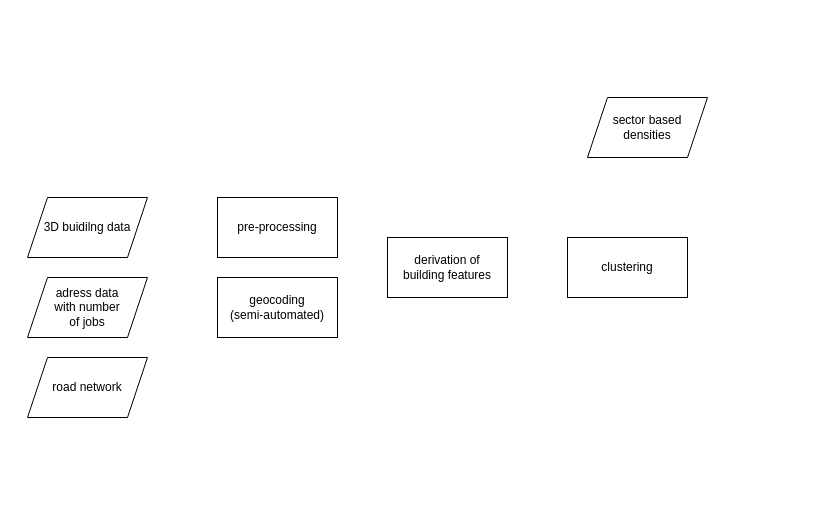
This is agile_001_flowchart.drawio from traveller195/draw_io, a draw.io file, before an edit. Source tidied: cells renumbered, new cells numbered last; positions are measured from the earlier drawing's top-left corner, leaving out a move shared by most shapes. Both pictures are drawn from the tidied source at 100%, with x=0, y=0 at pixel (27, 97).
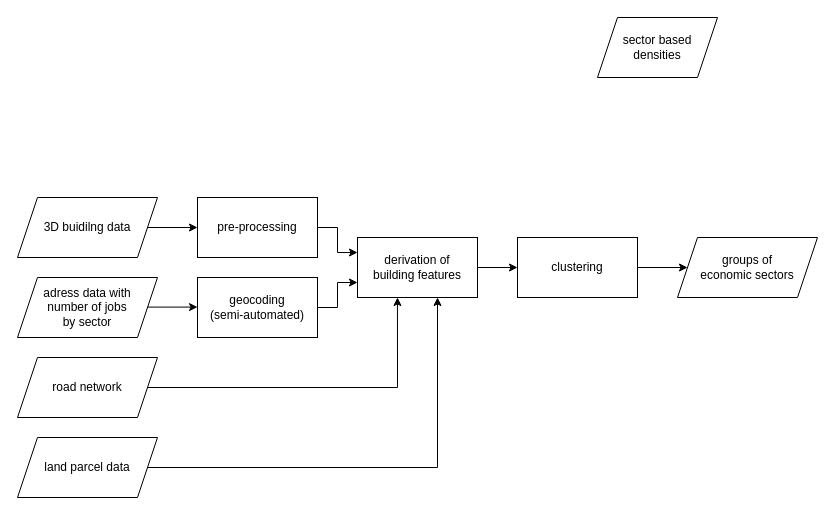
The same diagram, later.

The edit, as a diff of the source:
```diff
@@
     <mxCell id="2" value="3D buidilng data" style="shape=parallelogram;perimeter=parallelogramPerimeter;whiteSpace=wrap;html=1;fixedSize=1;" parent="1" vertex="1">
-      <mxGeometry y="100" width="120" height="60" as="geometry" />
+      <mxGeometry x="-10" y="100" width="140" height="60" as="geometry" />
     </mxCell>
+    <mxCell id="10" style="edgeStyle=orthogonalEdgeStyle;rounded=0;jettySize=auto;html=1;exitX=1;exitY=0.5;exitDx=0;exitDy=0;entryX=0;entryY=0.25;entryDx=0;entryDy=0;" parent="1" edge="1" source="3" target="8">
+      <mxGeometry relative="1" as="geometry" />
+    </mxCell>
     <mxCell id="3" value="pre-processing" style="rounded=0;whiteSpace=wrap;html=1;" parent="1" vertex="1">
-      <mxGeometry x="190" y="100" width="120" height="60" as="geometry" />
+      <mxGeometry x="170" y="100" width="120" height="60" as="geometry" />
     </mxCell>
-    <mxCell id="4" value="&lt;div&gt;adress data&lt;/div&gt;&lt;div&gt;with number&lt;/div&gt;&lt;div&gt;of jobs&lt;br&gt;&lt;/div&gt;" style="shape=parallelogram;perimeter=parallelogramPerimeter;whiteSpace=wrap;html=1;fixedSize=1;" parent="1" vertex="1">
-      <mxGeometry y="180" width="120" height="60" as="geometry" />
+    <mxCell id="4" value="&lt;div&gt;adress data with &lt;br&gt;&lt;/div&gt;&lt;div&gt;number of jobs &lt;br&gt;&lt;/div&gt;&lt;div&gt;by sector&lt;br&gt;&lt;/div&gt;" style="shape=parallelogram;perimeter=parallelogramPerimeter;whiteSpace=wrap;html=1;fixedSize=1;" parent="1" vertex="1">
+      <mxGeometry x="-10" y="180" width="140" height="60" as="geometry" />
     </mxCell>
     <mxCell id="5" value="&lt;div&gt;sector based&lt;/div&gt;&lt;div&gt;densities&lt;br&gt;&lt;/div&gt;" style="shape=parallelogram;perimeter=parallelogramPerimeter;whiteSpace=wrap;html=1;fixedSize=1;" parent="1" vertex="1">
-      <mxGeometry x="560" width="120" height="60" as="geometry" />
+      <mxGeometry x="570" y="-80" width="120" height="60" as="geometry" />
     </mxCell>
+    <mxCell id="11" style="edgeStyle=orthogonalEdgeStyle;rounded=0;jettySize=auto;html=1;exitX=1;exitY=0.5;exitDx=0;exitDy=0;entryX=0.333;entryY=1;entryDx=0;entryDy=0;entryPerimeter=0;" parent="1" edge="1" source="6" target="8">
+      <mxGeometry relative="1" as="geometry" />
+    </mxCell>
     <mxCell id="6" value="road network" style="shape=parallelogram;perimeter=parallelogramPerimeter;whiteSpace=wrap;html=1;fixedSize=1;" parent="1" vertex="1">
-      <mxGeometry y="260" width="120" height="60" as="geometry" />
+      <mxGeometry x="-10" y="260" width="140" height="60" as="geometry" />
     </mxCell>
+    <mxCell id="12" style="edgeStyle=orthogonalEdgeStyle;rounded=0;jettySize=auto;html=1;exitX=1;exitY=0.5;exitDx=0;exitDy=0;entryX=0;entryY=0.75;entryDx=0;entryDy=0;" parent="1" edge="1" source="7" target="8">
+      <mxGeometry relative="1" as="geometry" />
+    </mxCell>
     <mxCell id="7" value="&lt;div&gt;geocoding&lt;/div&gt;&lt;div&gt;(semi-automated)&lt;br&gt;&lt;/div&gt;" style="rounded=0;whiteSpace=wrap;html=1;" parent="1" vertex="1">
-      <mxGeometry x="190" y="180" width="120" height="60" as="geometry" />
+      <mxGeometry x="170" y="180" width="120" height="60" as="geometry" />
     </mxCell>
+    <mxCell id="13" style="edgeStyle=orthogonalEdgeStyle;rounded=0;jettySize=auto;html=1;exitX=1;exitY=0.5;exitDx=0;exitDy=0;entryX=0;entryY=0.5;entryDx=0;entryDy=0;" parent="1" edge="1" source="8" target="9">
+      <mxGeometry relative="1" as="geometry" />
+    </mxCell>
     <mxCell id="8" value="&lt;div&gt;derivation of&lt;/div&gt;&lt;div&gt;building features&lt;br&gt;&lt;/div&gt;" style="rounded=0;whiteSpace=wrap;html=1;" parent="1" vertex="1">
-      <mxGeometry x="360" y="140" width="120" height="60" as="geometry" />
+      <mxGeometry x="330" y="140" width="120" height="60" as="geometry" />
     </mxCell>
+    <mxCell id="14" style="edgeStyle=orthogonalEdgeStyle;rounded=0;jettySize=auto;html=1;exitX=1;exitY=0.5;exitDx=0;exitDy=0;" parent="1" edge="1" source="9" target="15">
+      <mxGeometry relative="1" as="geometry" />
+    </mxCell>
     <mxCell id="9" value="&lt;div&gt;clustering&lt;br&gt;&lt;/div&gt;" style="rounded=0;whiteSpace=wrap;html=1;" parent="1" vertex="1">
-      <mxGeometry x="540" y="140" width="120" height="60" as="geometry" />
+      <mxGeometry x="490" y="140" width="120" height="60" as="geometry" />
     </mxCell>
+    <mxCell id="15" value="&lt;div&gt;groups of&lt;/div&gt;&lt;div&gt;economic sectors&lt;br&gt;&lt;/div&gt;" style="shape=parallelogram;perimeter=parallelogramPerimeter;whiteSpace=wrap;html=1;fixedSize=1;" parent="1" vertex="1">
+      <mxGeometry x="650" y="140" width="140" height="60" as="geometry" />
+    </mxCell>
+    <mxCell id="16" style="endArrow=classic;html=1;rounded=0;exitX=1;exitY=0.5;exitDx=0;exitDy=0;entryX=0;entryY=0.5;entryDx=0;entryDy=0;" parent="1" edge="1" source="2" target="3">
+      <mxGeometry relative="1" as="geometry" />
+    </mxCell>
+    <mxCell id="17" style="endArrow=classic;html=1;rounded=0;exitX=1;exitY=0.5;exitDx=0;exitDy=0;entryX=0;entryY=0.5;entryDx=0;entryDy=0;" parent="1" edge="1">
+      <mxGeometry relative="1" as="geometry">
+        <mxPoint x="120" y="209.6" as="sourcePoint" />
+        <mxPoint x="170" y="209.6" as="targetPoint" />
+      </mxGeometry>
+    </mxCell>
+    <mxCell id="18" style="edgeStyle=orthogonalEdgeStyle;rounded=0;jettySize=auto;html=1;exitX=1;exitY=0.5;exitDx=0;exitDy=0;" parent="1" edge="1" source="19">
+      <mxGeometry relative="1" as="geometry">
+        <mxPoint x="410" y="200" as="targetPoint" />
+        <Array as="points">
+          <mxPoint x="410" y="370" />
+          <mxPoint x="410" y="200" />
+        </Array>
+      </mxGeometry>
+    </mxCell>
+    <mxCell id="19" value="land parcel data" style="shape=parallelogram;perimeter=parallelogramPerimeter;whiteSpace=wrap;html=1;fixedSize=1;" parent="1" vertex="1">
+      <mxGeometry x="-10" y="340" width="140" height="60" as="geometry" />
+    </mxCell>
```
